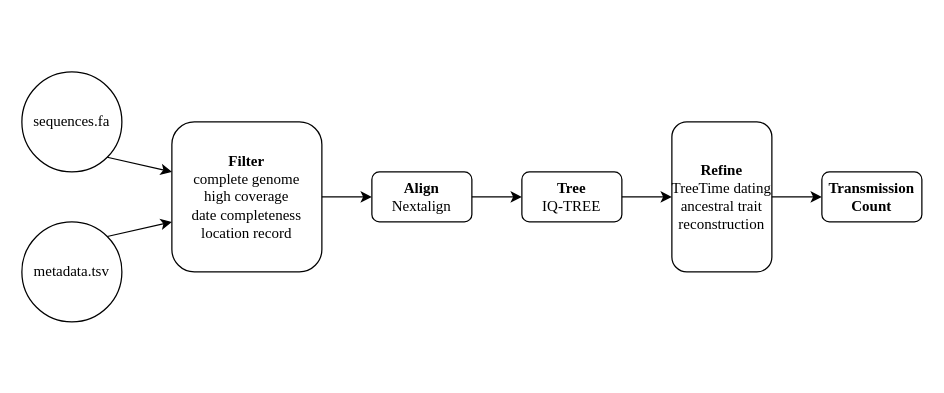
Before: Untitled Diagram.drawio in leke-lyu/Recipes, a draw.io diagram. Source tidied: cells renumbered, new cells numbered last; positions are measured from the earlier drawing's top-left corner, leaving out a move shared by most shapes. Both pictures are drawn from the tidied source at 125%, with x=0, y=0 at pixel (21, 71).
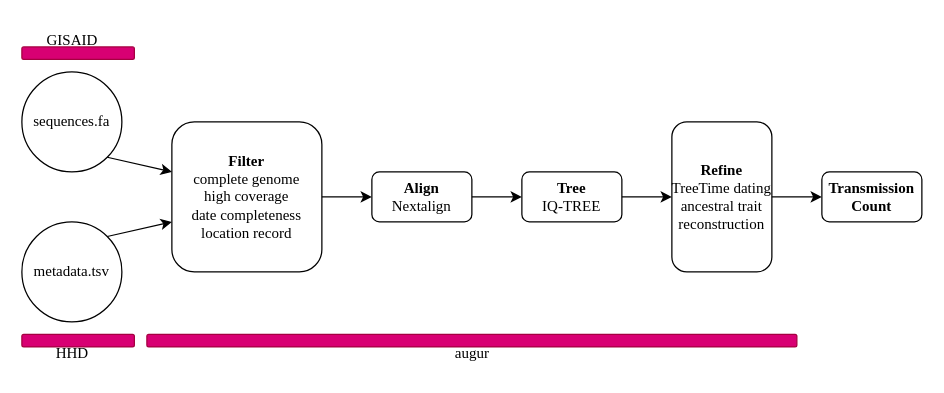
After the change.

What changed in the source:
```diff
@@
+    <mxCell id="15" style="rounded=1;whiteSpace=wrap;html=1;fillColor=#d80073;strokeColor=#A50040;fontColor=#ffffff;" parent="1" vertex="1">
+      <mxGeometry x="100" y="210" width="520" height="10" as="geometry" />
+    </mxCell>
+    <mxCell id="16" value="&lt;font face=&quot;Times New Roman&quot;&gt;augur&lt;/font&gt;" style="text;html=1;align=center;verticalAlign=middle;strokeColor=none;fillColor=none;" parent="1" vertex="1">
+      <mxGeometry x="335" y="210" width="50" height="30" as="geometry" />
+    </mxCell>
+    <mxCell id="17" style="rounded=1;whiteSpace=wrap;html=1;fillColor=#d80073;strokeColor=#A50040;fontColor=#ffffff;" parent="1" vertex="1">
+      <mxGeometry y="210" width="90" height="10" as="geometry" />
+    </mxCell>
+    <mxCell id="18" style="rounded=1;whiteSpace=wrap;html=1;fillColor=#d80073;strokeColor=#A50040;fontColor=#ffffff;" parent="1" vertex="1">
+      <mxGeometry y="-20" width="90" height="10" as="geometry" />
+    </mxCell>
+    <mxCell id="19" value="&lt;font face=&quot;Times New Roman&quot;&gt;GISAID&lt;/font&gt;" style="text;html=1;align=center;verticalAlign=middle;strokeColor=none;fillColor=none;" parent="1" vertex="1">
+      <mxGeometry x="10" y="-40" width="60" height="30" as="geometry" />
+    </mxCell>
+    <mxCell id="20" value="&lt;font face=&quot;Times New Roman&quot;&gt;HHD&lt;/font&gt;" style="text;html=1;align=center;verticalAlign=middle;strokeColor=none;fillColor=none;" parent="1" vertex="1">
+      <mxGeometry x="15" y="210" width="50" height="30" as="geometry" />
+    </mxCell>
```
